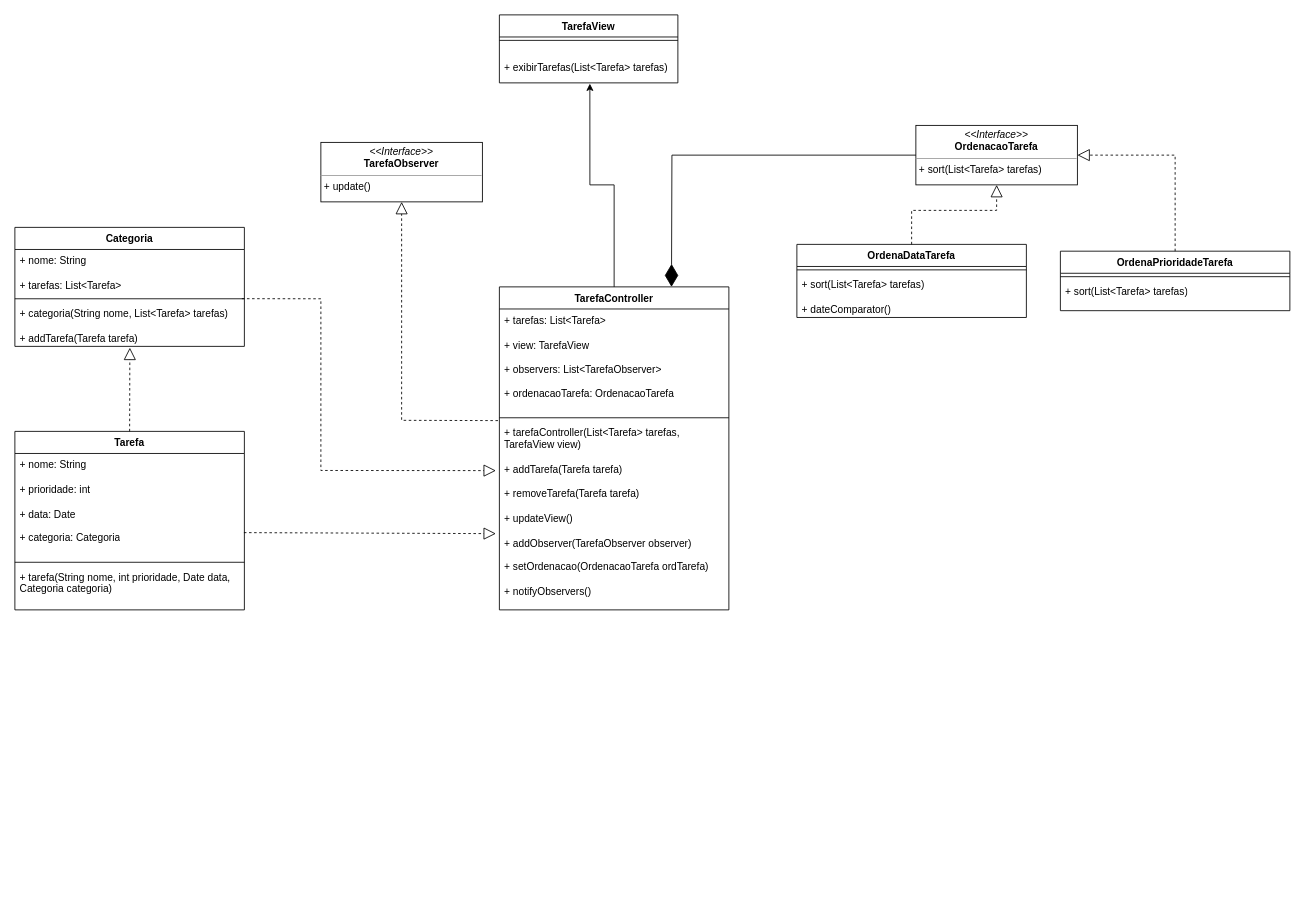
This is Padroes/MVC/MVC.drawio from juliocesar1316/bertoti, a draw.io file, before an edit. Source tidied: cells renumbered, new cells numbered last; positions are measured from the earlier drawing's top-left corner, leaving out a move shared by most shapes. Both pictures are drawn from the tidied source at 85%, with x=0, y=0 at pixel (14, 14).
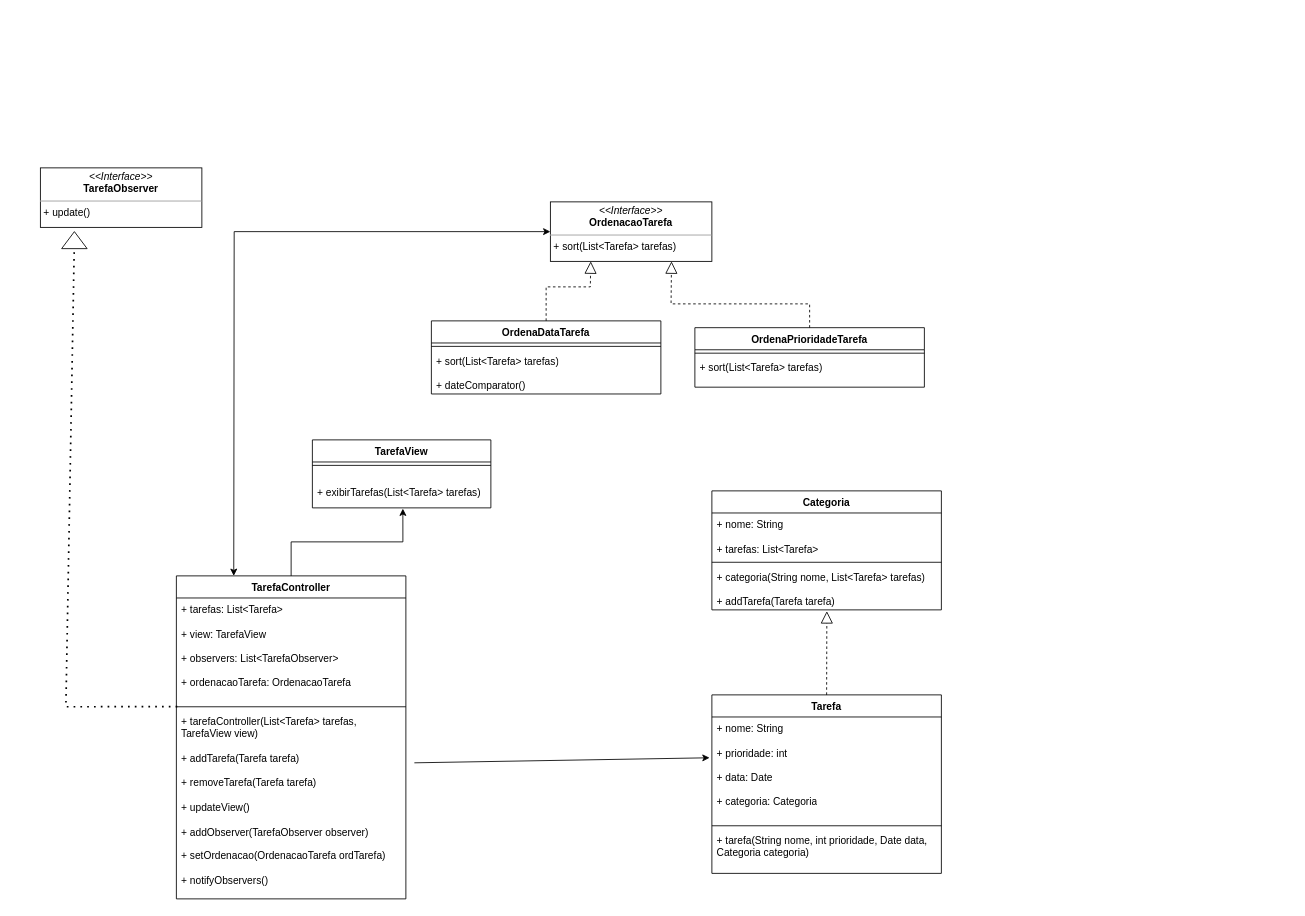
Above is the later version.

The change refers to these unchanged cells:
```xml
<mxCell id="5" value="+ categoria(String nome, List&amp;lt;Tarefa&amp;gt; tarefas)&lt;br&gt;&lt;br&gt;+ addTarefa(Tarefa tarefa)" style="text;strokeColor=none;fillColor=none;align=left;verticalAlign=top;spacingLeft=4;spacingRight=4;overflow=hidden;points=[[0,0.5],[1,0.5]];portConstraint=eastwest;whiteSpace=wrap;html=1;" parent="2" vertex="1">
  <mxGeometry y="88" width="270" height="52" as="geometry" />
</mxCell>
<mxCell id="7" value="+ nome: String&lt;br&gt;&lt;br&gt;+ prioridade: int&lt;br&gt;&lt;br&gt;+ data: Date&lt;br&gt;&lt;br&gt;+ categoria: Categoria" style="text;strokeColor=none;fillColor=none;align=left;verticalAlign=top;spacingLeft=4;spacingRight=4;overflow=hidden;points=[[0,0.5],[1,0.5]];portConstraint=eastwest;whiteSpace=wrap;html=1;" parent="6" vertex="1">
  <mxGeometry y="26" width="270" height="124" as="geometry" />
</mxCell>
<mxCell id="24" value="+ tarefaController(List&amp;lt;Tarefa&amp;gt; tarefas, TarefaView view)&lt;br&gt;&lt;br&gt;+ addTarefa(Tarefa tarefa)&lt;br&gt;&lt;br&gt;+ removeTarefa(Tarefa tarefa)&lt;br&gt;&lt;br&gt;+ updateView()&lt;br&gt;&lt;br&gt;+ addObserver(TarefaObserver observer)&lt;br&gt;&lt;br&gt;+ setOrdenacao(OrdenacaoTarefa ordTarefa)&lt;br&gt;&lt;br&gt;+ notifyObservers()" style="text;strokeColor=none;fillColor=none;align=left;verticalAlign=top;spacingLeft=4;spacingRight=4;overflow=hidden;points=[[0,0.5],[1,0.5]];portConstraint=eastwest;whiteSpace=wrap;html=1;" parent="21" vertex="1">
  <mxGeometry y="158" width="270" height="222" as="geometry" />
</mxCell>
```

Diff of the diagram source:
```diff
@@
     <mxCell id="2" value="Categoria" style="swimlane;fontStyle=1;align=center;verticalAlign=top;horizontal=1;startSize=26;whiteSpace=wrap;html=1;" parent="1" vertex="1">
-      <mxGeometry y="250" width="270" height="140" as="geometry" />
+      <mxGeometry x="820" y="560" width="270" height="140" as="geometry" />
     </mxCell>
@@
     <mxCell id="6" value="Tarefa" style="swimlane;fontStyle=1;align=center;verticalAlign=top;horizontal=1;startSize=26;whiteSpace=wrap;html=1;" parent="1" vertex="1">
-      <mxGeometry y="490" width="270" height="210" as="geometry" />
+      <mxGeometry x="820" y="800" width="270" height="210" as="geometry" />
     </mxCell>
@@
     <mxCell id="10" value="TarefaView" style="swimlane;fontStyle=1;align=center;verticalAlign=top;horizontal=1;startSize=26;whiteSpace=wrap;html=1;" parent="1" vertex="1">
-      <mxGeometry x="570" width="210" height="80" as="geometry" />
+      <mxGeometry x="350" y="500" width="210" height="80" as="geometry" />
     </mxCell>
@@
     <mxCell id="13" value="&lt;p style=&quot;margin:0px;margin-top:4px;text-align:center;&quot;&gt;&lt;i&gt;&amp;lt;&amp;lt;Interface&amp;gt;&amp;gt;&lt;/i&gt;&lt;br&gt;&lt;b&gt;TarefaObserver&lt;/b&gt;&lt;/p&gt;&lt;hr size=&quot;1&quot;&gt;&lt;p style=&quot;margin:0px;margin-left:4px;&quot;&gt;+ update()&lt;/p&gt;" style="verticalAlign=top;align=left;overflow=fill;fontSize=12;fontFamily=Helvetica;html=1;whiteSpace=wrap;" parent="1" vertex="1">
-      <mxGeometry x="360" y="150" width="190" height="70" as="geometry" />
+      <mxGeometry x="30" y="180" width="190" height="70" as="geometry" />
     </mxCell>
     <mxCell id="14" value="OrdenaDataTarefa" style="swimlane;fontStyle=1;align=center;verticalAlign=top;horizontal=1;startSize=26;whiteSpace=wrap;html=1;" parent="1" vertex="1">
-      <mxGeometry x="920" y="270" width="270" height="86" as="geometry" />
+      <mxGeometry x="490" y="360" width="270" height="86" as="geometry" />
     </mxCell>
@@
     <mxCell id="17" value="&lt;p style=&quot;margin:0px;margin-top:4px;text-align:center;&quot;&gt;&lt;i&gt;&amp;lt;&amp;lt;Interface&amp;gt;&amp;gt;&lt;/i&gt;&lt;br&gt;&lt;b&gt;OrdenacaoTarefa&lt;/b&gt;&lt;/p&gt;&lt;hr size=&quot;1&quot;&gt;&lt;p style=&quot;margin:0px;margin-left:4px;&quot;&gt;+ sort(List&amp;lt;Tarefa&amp;gt; tarefas)&lt;/p&gt;" style="verticalAlign=top;align=left;overflow=fill;fontSize=12;fontFamily=Helvetica;html=1;whiteSpace=wrap;" parent="1" vertex="1">
-      <mxGeometry x="1060" y="130" width="190" height="70" as="geometry" />
+      <mxGeometry x="630" y="220" width="190" height="70" as="geometry" />
     </mxCell>
     <mxCell id="18" value="OrdenaPrioridadeTarefa" style="swimlane;fontStyle=1;align=center;verticalAlign=top;horizontal=1;startSize=26;whiteSpace=wrap;html=1;" parent="1" vertex="1">
-      <mxGeometry x="1230" y="278" width="270" height="70" as="geometry" />
+      <mxGeometry x="800" y="368" width="270" height="70" as="geometry" />
     </mxCell>
@@
     <mxCell id="21" value="TarefaController" style="swimlane;fontStyle=1;align=center;verticalAlign=top;horizontal=1;startSize=26;whiteSpace=wrap;html=1;" parent="1" vertex="1">
-      <mxGeometry x="570" y="320" width="270" height="380" as="geometry" />
+      <mxGeometry x="190" y="660" width="270" height="380" as="geometry" />
     </mxCell>
@@
-    <mxCell id="25" style="endArrow=diamondThin;endFill=1;endSize=24;html=1;rounded=0;entryX=0.75;entryY=0;entryDx=0;entryDy=0;exitX=0;exitY=0.5;exitDx=0;exitDy=0;" parent="1" edge="1" source="17" target="21">
-      <mxGeometry relative="1" as="geometry">
-        <Array as="points">
-          <mxPoint x="773" y="165" />
-        </Array>
-      </mxGeometry>
-    </mxCell>
-    <mxCell id="26" style="endArrow=block;dashed=1;endFill=0;endSize=12;html=1;rounded=0;entryX=0.5;entryY=1;entryDx=0;entryDy=0;exitX=0.5;exitY=0;exitDx=0;exitDy=0;" parent="1" edge="1" source="14" target="17">
+    <mxCell id="26" style="endArrow=block;dashed=1;endFill=0;endSize=12;html=1;rounded=0;entryX=0.25;entryY=1;entryDx=0;entryDy=0;exitX=0.5;exitY=0;exitDx=0;exitDy=0;" parent="1" edge="1" source="14" target="17">
       <mxGeometry relative="1" as="geometry">
         <Array as="points">
-          <mxPoint x="1055" y="230" />
-          <mxPoint x="1155" y="230" />
+          <mxPoint x="625" y="320" />
+          <mxPoint x="677" y="320" />
         </Array>
       </mxGeometry>
     </mxCell>
-    <mxCell id="27" style="endArrow=block;dashed=1;endFill=0;endSize=12;html=1;rounded=0;entryX=1;entryY=0.5;entryDx=0;entryDy=0;exitX=0.5;exitY=0;exitDx=0;exitDy=0;" parent="1" edge="1" source="18" target="17">
+    <mxCell id="27" style="endArrow=block;dashed=1;endFill=0;endSize=12;html=1;rounded=0;entryX=0.75;entryY=1;entryDx=0;entryDy=0;exitX=0.5;exitY=0;exitDx=0;exitDy=0;" parent="1" edge="1" source="18" target="17">
       <mxGeometry relative="1" as="geometry">
         <Array as="points">
-          <mxPoint x="1365" y="165" />
+          <mxPoint x="935" y="340" />
+          <mxPoint x="772" y="340" />
         </Array>
       </mxGeometry>
     </mxCell>
-    <mxCell id="28" style="endArrow=block;dashed=1;endFill=0;endSize=12;html=1;rounded=0;entryX=0.5;entryY=1;entryDx=0;entryDy=0;exitX=-0.006;exitY=-0.003;exitDx=0;exitDy=0;exitPerimeter=0;" parent="1" edge="1" source="24" target="13">
-      <mxGeometry relative="1" as="geometry">
-        <Array as="points">
-          <mxPoint x="455" y="477" />
-        </Array>
-      </mxGeometry>
-    </mxCell>
@@
-    <mxCell id="31" style="endArrow=block;dashed=1;endFill=0;endSize=12;html=1;rounded=0;entryX=-0.015;entryY=0.262;entryDx=0;entryDy=0;entryPerimeter=0;exitX=0.989;exitY=-0.079;exitDx=0;exitDy=0;exitPerimeter=0;" parent="1" edge="1" source="5" target="24">
-      <mxGeometry relative="1" as="geometry">
-        <Array as="points">
-          <mxPoint x="360" y="334" />
-          <mxPoint x="360" y="536" />
-        </Array>
-      </mxGeometry>
-    </mxCell>
-    <mxCell id="32" style="endArrow=block;dashed=1;endFill=0;endSize=12;html=1;rounded=0;exitX=0.998;exitY=0.751;exitDx=0;exitDy=0;exitPerimeter=0;entryX=-0.015;entryY=0.596;entryDx=0;entryDy=0;entryPerimeter=0;" parent="1" edge="1" source="7" target="24">
-      <mxGeometry relative="1" as="geometry" />
-    </mxCell>
+    <mxCell id="33" style="endArrow=classic;startArrow=classic;html=1;rounded=0;entryX=0;entryY=0.5;entryDx=0;entryDy=0;exitX=0.25;exitY=0;exitDx=0;exitDy=0;" parent="1" edge="1" source="21" target="17">
+      <mxGeometry relative="1" as="geometry">
+        <Array as="points">
+          <mxPoint x="258" y="255" />
+        </Array>
+      </mxGeometry>
+    </mxCell>
+    <mxCell id="34" style="endArrow=none;dashed=1;html=1;dashPattern=1 3;strokeWidth=2;rounded=0;exitX=0.004;exitY=-0.019;exitDx=0;exitDy=0;exitPerimeter=0;" parent="1" edge="1" source="24" target="35">
+      <mxGeometry relative="1" as="geometry">
+        <Array as="points">
+          <mxPoint x="60" y="814" />
+        </Array>
+      </mxGeometry>
+    </mxCell>
+    <mxCell id="35" style="triangle;whiteSpace=wrap;html=1;rotation=-90;" parent="1" vertex="1">
+      <mxGeometry x="60" y="250" width="20" height="30" as="geometry" />
+    </mxCell>
+    <mxCell id="36" style="endArrow=classic;html=1;rounded=0;exitX=1.037;exitY=0.279;exitDx=0;exitDy=0;exitPerimeter=0;entryX=-0.01;entryY=0.387;entryDx=0;entryDy=0;entryPerimeter=0;" parent="1" edge="1" source="24" target="7">
+      <mxGeometry relative="1" as="geometry" />
+    </mxCell>
```
